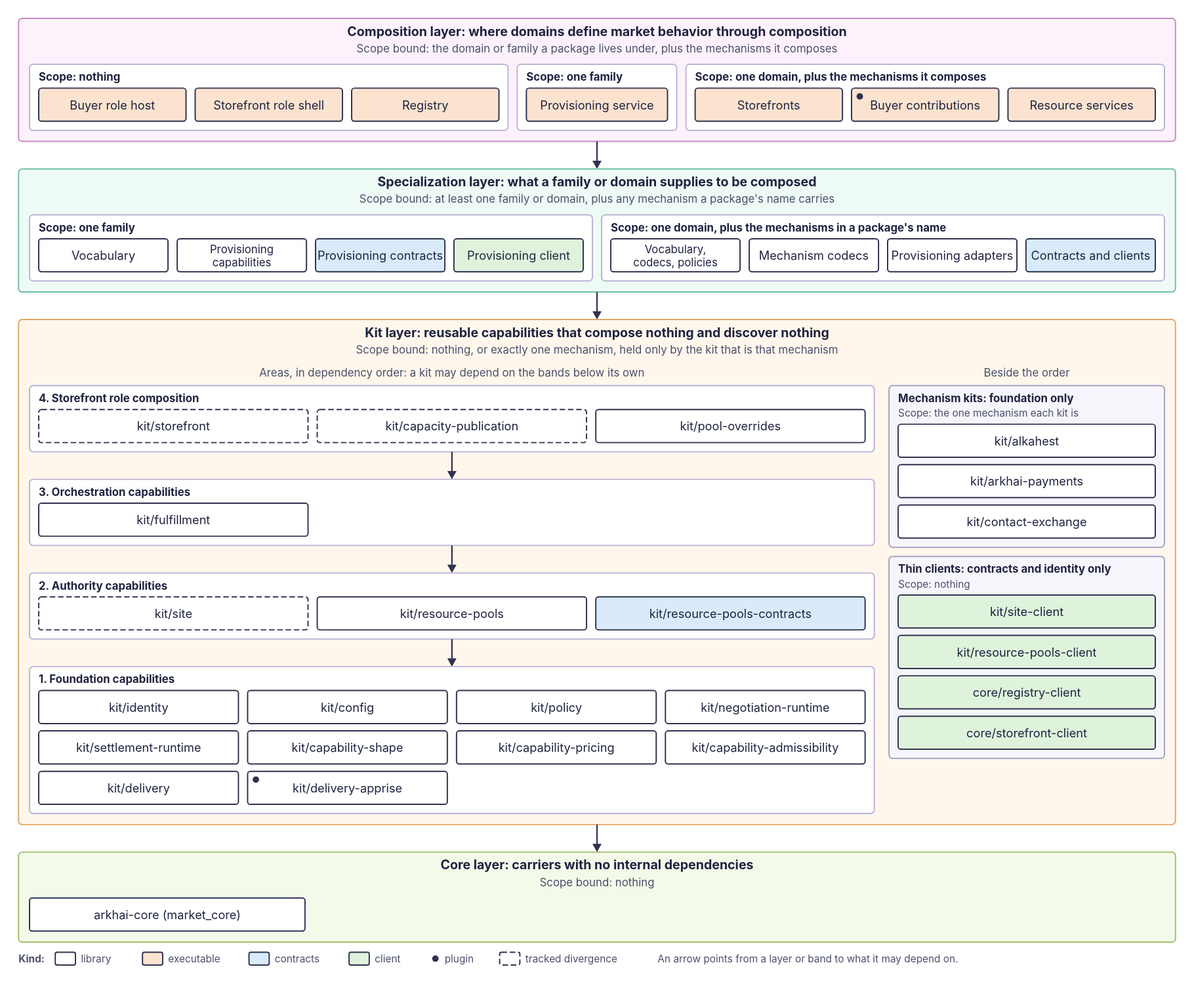
arkhai-io/simple-compute-market keeps this draw.io diagram as docs/development/diagrams/kit-areas.svg. Above is the earlier version. Source tidied: cells renumbered, new cells last; positions are measured from the earlier drawing's top-left corner, leaving out a move shared by most shapes.
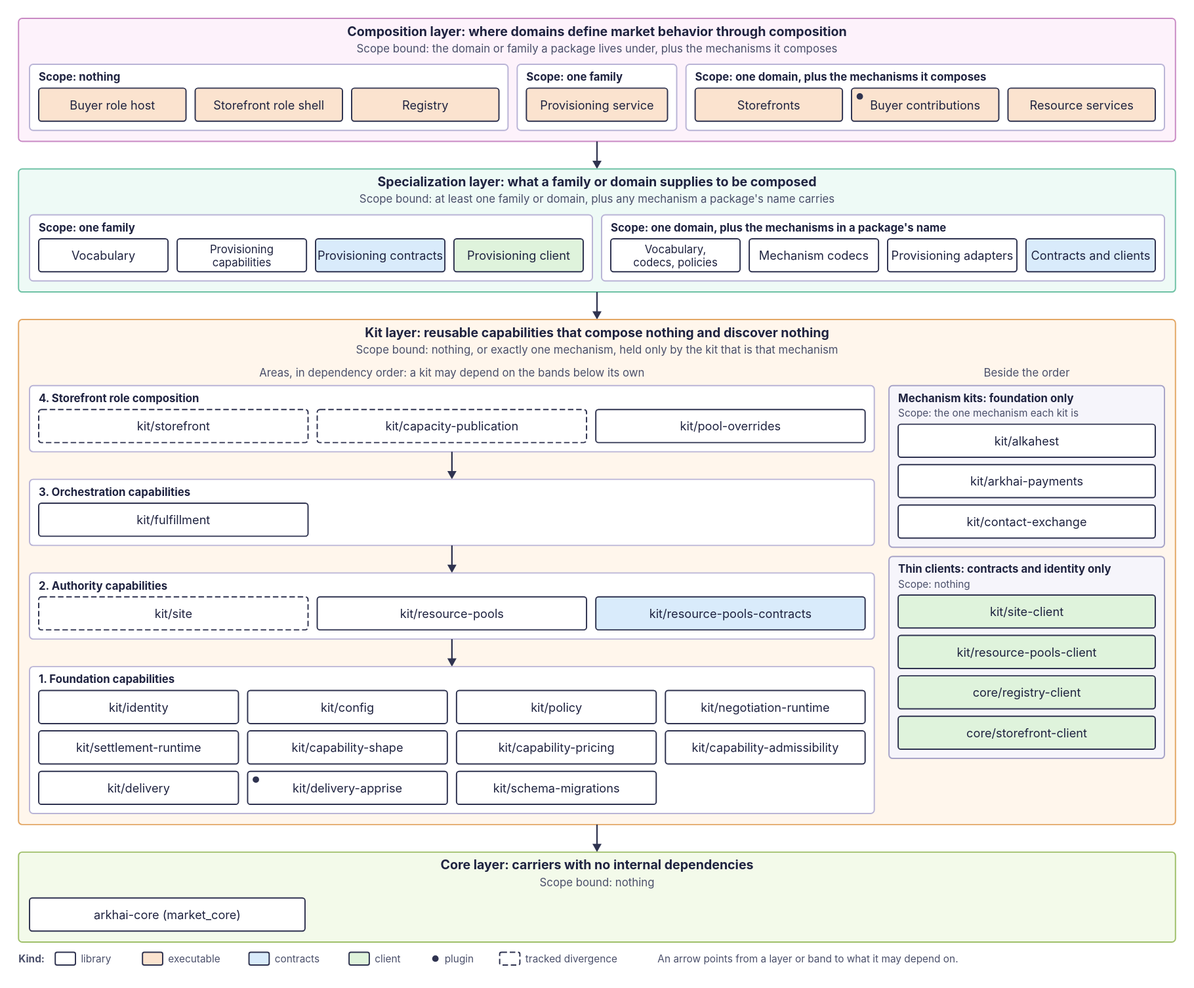
After the change.

What changed in the source:
```diff
@@ -446,5 +446,11 @@
     <mxCell id="143" value="An arrow points from a layer or band to what it may depend on." style="text;html=1;align=left;verticalAlign=middle;whiteSpace=nowrap;fontSize=11;fontColor=#4a4f6a;fontStyle=0;fontFamily=Helvetica;" parent="1" vertex="1">
       <mxGeometry x="696" y="1017" width="434.8" height="17" as="geometry" />
     </mxCell>
+    <mxCell id="144" style="rounded=1;arcSize=6;whiteSpace=wrap;html=1;fillColor=#ffffff;strokeColor=#2f3350;strokeWidth=1.4;dashed=0;" parent="1" vertex="1">
+      <mxGeometry x="477" y="820" width="217.5" height="36" as="geometry" />
+    </mxCell>
+    <mxCell id="145" value="kit/schema-migrations" style="text;html=1;align=center;verticalAlign=middle;whiteSpace=nowrap;fontSize=13;fontColor=#1f2340;fontStyle=0;fontFamily=Helvetica;" parent="1" vertex="1">
+      <mxGeometry x="495.6" y="830" width="180.3" height="19" as="geometry" />
+    </mxCell>
   </root>
 </mxGraphModel>
```
